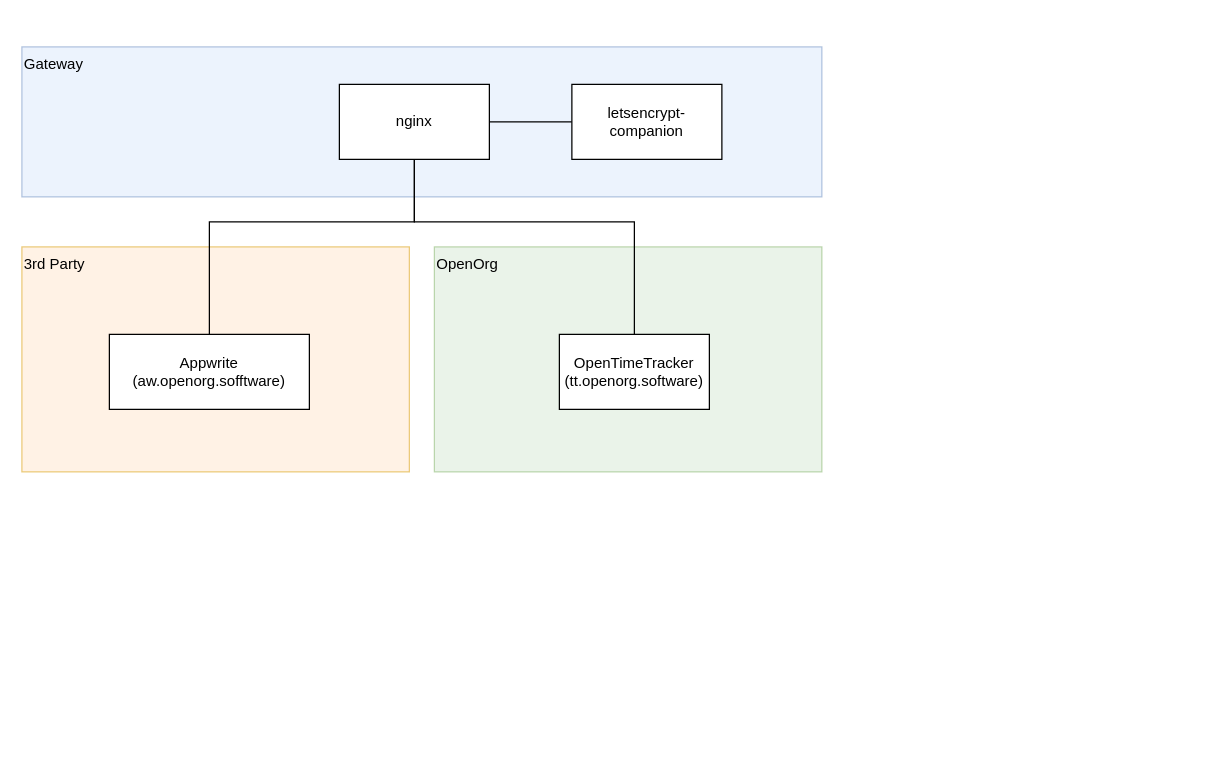
Earlier version of the draw.io diagram .drawings/overview.drawio (openorg-software/openorg-docker-compose). Source tidied: cells renumbered, new cells numbered last; positions are measured from the earlier drawing's top-left corner, leaving out a move shared by most shapes. Both pictures are drawn from the tidied source at 125%, with x=0, y=0 at pixel (21, 46).
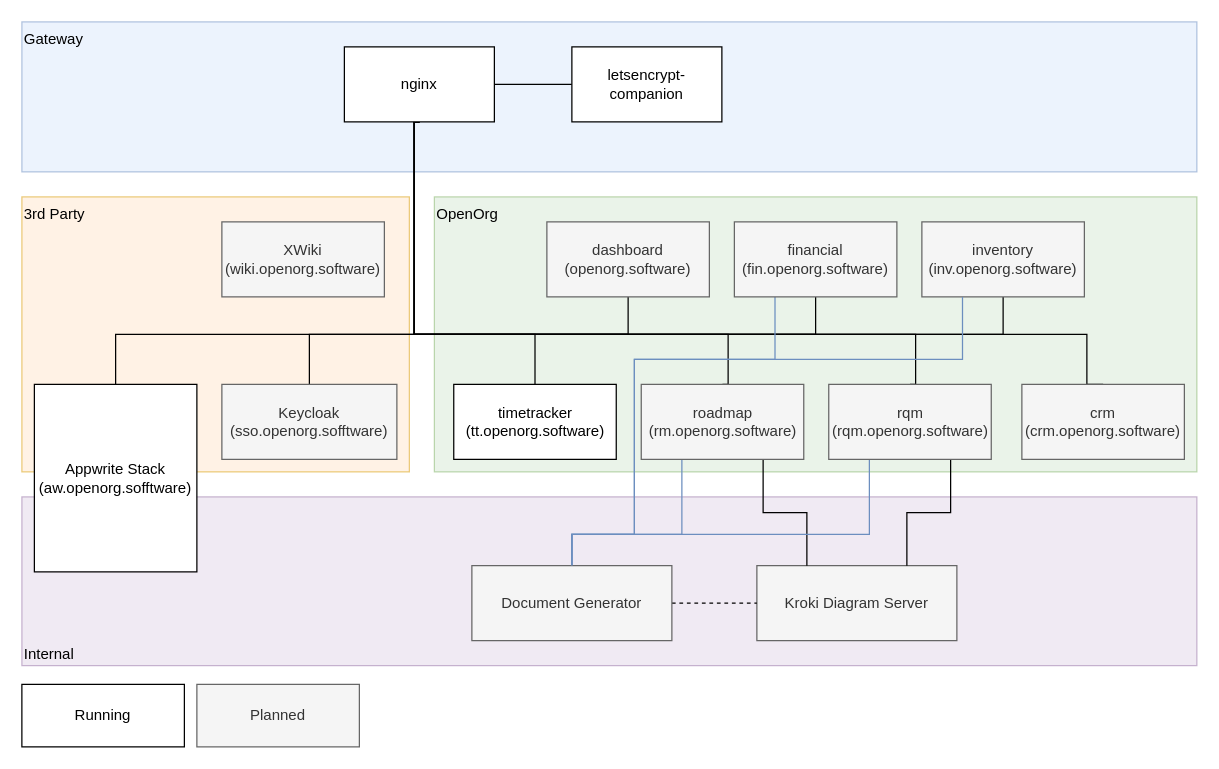
Above is the later version.

Commit message (it also covers changes not shown here):
add keycloak and kroki

What changed in the source:
```diff
@@
+    <mxCell id="12" value="Internal" style="rounded=0;whiteSpace=wrap;html=1;align=left;verticalAlign=bottom;opacity=50;fillColor=#e1d5e7;strokeColor=#9673a6;" parent="1" vertex="1">
+      <mxGeometry y="360" width="940" height="135" as="geometry" />
+    </mxCell>
     <mxCell id="2" value="Gateway" style="rounded=0;whiteSpace=wrap;html=1;align=left;verticalAlign=top;fillColor=#dae8fc;strokeColor=#6c8ebf;opacity=50;" parent="1" vertex="1">
-      <mxGeometry width="640" height="120" as="geometry" />
+      <mxGeometry y="-20" width="940" height="120" as="geometry" />
     </mxCell>
     <mxCell id="3" value="OpenOrg" style="rounded=0;whiteSpace=wrap;html=1;align=left;verticalAlign=top;opacity=50;fillColor=#d5e8d4;strokeColor=#82b366;" parent="1" vertex="1">
-      <mxGeometry x="330" y="160" width="310" height="180" as="geometry" />
+      <mxGeometry x="330" y="120" width="610" height="220" as="geometry" />
     </mxCell>
     <mxCell id="4" value="3rd Party" style="rounded=0;whiteSpace=wrap;html=1;align=left;verticalAlign=top;opacity=50;fillColor=#ffe6cc;strokeColor=#d79b00;" parent="1" vertex="1">
-      <mxGeometry y="160" width="310" height="180" as="geometry" />
+      <mxGeometry y="120" width="310" height="220" as="geometry" />
     </mxCell>
-    <mxCell id="5" value="Appwrite&lt;br&gt;(aw.openorg.sofftware)" style="rounded=0;whiteSpace=wrap;html=1;" parent="1" vertex="1">
-      <mxGeometry x="70" y="230" width="160" height="60" as="geometry" />
+    <mxCell id="5" value="Appwrite Stack&lt;br&gt;(aw.openorg.sofftware)" style="rounded=0;whiteSpace=wrap;html=1;" parent="1" vertex="1">
+      <mxGeometry x="10" y="270" width="130" height="150" as="geometry" />
     </mxCell>
-    <mxCell id="6" value="OpenTimeTracker&lt;br&gt;(tt.openorg.software)" style="rounded=0;whiteSpace=wrap;html=1;" parent="1" vertex="1">
-      <mxGeometry x="430" y="230" width="120" height="60" as="geometry" />
+    <mxCell id="6" value="timetracker&lt;br&gt;(tt.openorg.software)" style="rounded=0;whiteSpace=wrap;html=1;" parent="1" vertex="1">
+      <mxGeometry x="345.5" y="270" width="130" height="60" as="geometry" />
     </mxCell>
@@
     <mxCell id="8" style="edgeStyle=orthogonalEdgeStyle;rounded=0;jettySize=auto;html=1;exitX=0.5;exitY=1;exitDx=0;exitDy=0;entryX=0.5;entryY=0;entryDx=0;entryDy=0;endArrow=none;endFill=0;" parent="1" edge="1" source="10" target="6">
       <mxGeometry relative="1" as="geometry">
         <Array as="points">
-          <mxPoint x="314" y="140" />
-          <mxPoint x="490" y="140" />
+          <mxPoint x="314" y="230" />
+          <mxPoint x="410" y="230" />
         </Array>
       </mxGeometry>
     </mxCell>
-    <mxCell id="9" style="edgeStyle=orthogonalEdgeStyle;rounded=0;jettySize=auto;html=1;exitX=0.5;exitY=1;exitDx=0;exitDy=0;entryX=0.5;entryY=0;entryDx=0;entryDy=0;endArrow=none;endFill=0;" parent="1" edge="1" source="10" target="5">
+    <mxCell id="9" style="edgeStyle=orthogonalEdgeStyle;rounded=0;jettySize=auto;html=1;exitX=0.5;exitY=1;exitDx=0;exitDy=0;endArrow=none;endFill=0;entryX=0.5;entryY=0;entryDx=0;entryDy=0;" parent="1" edge="1" source="10" target="5">
       <mxGeometry relative="1" as="geometry">
         <Array as="points">
-          <mxPoint x="314" y="140" />
-          <mxPoint x="150" y="140" />
+          <mxPoint x="314" y="230" />
+          <mxPoint x="75" y="230" />
         </Array>
       </mxGeometry>
     </mxCell>
+    <mxCell id="13" style="edgeStyle=orthogonalEdgeStyle;rounded=0;jettySize=auto;html=1;exitX=0.5;exitY=1;exitDx=0;exitDy=0;entryX=0.5;entryY=0;entryDx=0;entryDy=0;endArrow=none;endFill=0;" parent="1" edge="1" source="10" target="24">
+      <mxGeometry relative="1" as="geometry">
+        <Array as="points">
+          <mxPoint x="314" y="230" />
+          <mxPoint x="565" y="230" />
+          <mxPoint x="565" y="270" />
+        </Array>
+      </mxGeometry>
+    </mxCell>
+    <mxCell id="14" style="edgeStyle=orthogonalEdgeStyle;rounded=0;jettySize=auto;html=1;exitX=0.5;exitY=1;exitDx=0;exitDy=0;entryX=0.5;entryY=0;entryDx=0;entryDy=0;endArrow=none;endFill=0;" parent="1" edge="1" source="10" target="20">
+      <mxGeometry relative="1" as="geometry">
+        <Array as="points">
+          <mxPoint x="314" y="230" />
+          <mxPoint x="230" y="230" />
+        </Array>
+      </mxGeometry>
+    </mxCell>
+    <mxCell id="15" style="edgeStyle=orthogonalEdgeStyle;rounded=0;jettySize=auto;html=1;exitX=0.5;exitY=1;exitDx=0;exitDy=0;entryX=0.5;entryY=1;entryDx=0;entryDy=0;endArrow=none;endFill=0;" parent="1" edge="1" source="10" target="28">
+      <mxGeometry relative="1" as="geometry">
+        <Array as="points">
+          <mxPoint x="314" y="230" />
+          <mxPoint x="485" y="230" />
+        </Array>
+      </mxGeometry>
+    </mxCell>
+    <mxCell id="16" style="edgeStyle=orthogonalEdgeStyle;rounded=0;jettySize=auto;html=1;exitX=0.5;exitY=1;exitDx=0;exitDy=0;entryX=0.5;entryY=0;entryDx=0;entryDy=0;endArrow=none;endFill=0;" parent="1" edge="1" source="10" target="27">
+      <mxGeometry relative="1" as="geometry">
+        <Array as="points">
+          <mxPoint x="314" y="230" />
+          <mxPoint x="715" y="230" />
+          <mxPoint x="715" y="270" />
+        </Array>
+      </mxGeometry>
+    </mxCell>
+    <mxCell id="17" style="edgeStyle=orthogonalEdgeStyle;rounded=0;jettySize=auto;html=1;exitX=0.5;exitY=1;exitDx=0;exitDy=0;entryX=0.5;entryY=0;entryDx=0;entryDy=0;endArrow=none;endFill=0;" parent="1" edge="1" source="10" target="29">
+      <mxGeometry relative="1" as="geometry">
+        <Array as="points">
+          <mxPoint x="314" y="230" />
+          <mxPoint x="852" y="230" />
+          <mxPoint x="852" y="270" />
+        </Array>
+      </mxGeometry>
+    </mxCell>
+    <mxCell id="18" style="edgeStyle=orthogonalEdgeStyle;rounded=0;jettySize=auto;html=1;exitX=0.5;exitY=1;exitDx=0;exitDy=0;entryX=0.5;entryY=1;entryDx=0;entryDy=0;endArrow=none;endFill=0;" parent="1" edge="1" source="10" target="33">
+      <mxGeometry relative="1" as="geometry">
+        <Array as="points">
+          <mxPoint x="314" y="230" />
+          <mxPoint x="635" y="230" />
+        </Array>
+      </mxGeometry>
+    </mxCell>
+    <mxCell id="19" style="edgeStyle=orthogonalEdgeStyle;rounded=0;jettySize=auto;html=1;exitX=0.5;exitY=1;exitDx=0;exitDy=0;entryX=0.5;entryY=1;entryDx=0;entryDy=0;endArrow=none;endFill=0;" parent="1" edge="1" source="10" target="34">
+      <mxGeometry relative="1" as="geometry">
+        <Array as="points">
+          <mxPoint x="314" y="60" />
+          <mxPoint x="314" y="230" />
+          <mxPoint x="785" y="230" />
+        </Array>
+      </mxGeometry>
+    </mxCell>
     <mxCell id="10" value="nginx" style="rounded=0;whiteSpace=wrap;html=1;" parent="1" vertex="1">
-      <mxGeometry x="254" y="30" width="120" height="60" as="geometry" />
+      <mxGeometry x="258" width="120" height="60" as="geometry" />
     </mxCell>
     <mxCell id="11" value="letsencrypt-companion" style="rounded=0;whiteSpace=wrap;html=1;" parent="1" vertex="1">
-      <mxGeometry x="440" y="30" width="120" height="60" as="geometry" />
+      <mxGeometry x="440" width="120" height="60" as="geometry" />
     </mxCell>
+    <mxCell id="20" value="Keycloak&lt;br&gt;(sso.openorg.sofftware)" style="rounded=0;whiteSpace=wrap;html=1;fillColor=#f5f5f5;strokeColor=#666666;fontColor=#333333;" parent="1" vertex="1">
+      <mxGeometry x="160" y="270" width="140" height="60" as="geometry" />
+    </mxCell>
+    <mxCell id="21" value="Kroki Diagram Server" style="rounded=0;whiteSpace=wrap;html=1;fillColor=#f5f5f5;strokeColor=#666666;fontColor=#333333;" parent="1" vertex="1">
+      <mxGeometry x="588" y="415" width="160" height="60" as="geometry" />
+    </mxCell>
+    <mxCell id="22" style="edgeStyle=orthogonalEdgeStyle;rounded=0;jettySize=auto;html=1;exitX=0.75;exitY=1;exitDx=0;exitDy=0;entryX=0.25;entryY=0;entryDx=0;entryDy=0;endArrow=none;endFill=0;" parent="1" edge="1" source="24" target="21">
+      <mxGeometry relative="1" as="geometry" />
+    </mxCell>
+    <mxCell id="23" style="edgeStyle=orthogonalEdgeStyle;rounded=0;jettySize=auto;html=1;exitX=0.25;exitY=1;exitDx=0;exitDy=0;entryX=0.5;entryY=0;entryDx=0;entryDy=0;endArrow=none;endFill=0;fillColor=#dae8fc;strokeColor=#6c8ebf;" parent="1" edge="1" source="24" target="36">
+      <mxGeometry relative="1" as="geometry">
+        <Array as="points">
+          <mxPoint x="528" y="390" />
+          <mxPoint x="440" y="390" />
+        </Array>
+      </mxGeometry>
+    </mxCell>
+    <mxCell id="24" value="roadmap&lt;br&gt;(rm.openorg.software)" style="rounded=0;whiteSpace=wrap;html=1;fillColor=#f5f5f5;strokeColor=#666666;fontColor=#333333;" parent="1" vertex="1">
+      <mxGeometry x="495.5" y="270" width="130" height="60" as="geometry" />
+    </mxCell>
+    <mxCell id="25" style="edgeStyle=orthogonalEdgeStyle;rounded=0;jettySize=auto;html=1;exitX=0.75;exitY=1;exitDx=0;exitDy=0;entryX=0.75;entryY=0;entryDx=0;entryDy=0;endArrow=none;endFill=0;" parent="1" edge="1" source="27" target="21">
+      <mxGeometry relative="1" as="geometry" />
+    </mxCell>
+    <mxCell id="26" style="edgeStyle=orthogonalEdgeStyle;rounded=0;jettySize=auto;html=1;exitX=0.25;exitY=1;exitDx=0;exitDy=0;entryX=0.5;entryY=0;entryDx=0;entryDy=0;endArrow=none;endFill=0;fillColor=#dae8fc;strokeColor=#6c8ebf;" parent="1" edge="1" source="27" target="36">
+      <mxGeometry relative="1" as="geometry">
+        <Array as="points">
+          <mxPoint x="678" y="390" />
+          <mxPoint x="440" y="390" />
+        </Array>
+      </mxGeometry>
+    </mxCell>
+    <mxCell id="27" value="rqm&lt;br&gt;(rqm.openorg.software)" style="rounded=0;whiteSpace=wrap;html=1;fillColor=#f5f5f5;strokeColor=#666666;fontColor=#333333;" parent="1" vertex="1">
+      <mxGeometry x="645.5" y="270" width="130" height="60" as="geometry" />
+    </mxCell>
+    <mxCell id="28" value="dashboard&lt;br&gt;(openorg.software)" style="rounded=0;whiteSpace=wrap;html=1;sketch=0;glass=0;fillColor=#f5f5f5;strokeColor=#666666;fontColor=#333333;" parent="1" vertex="1">
+      <mxGeometry x="420" y="140" width="130" height="60" as="geometry" />
+    </mxCell>
+    <mxCell id="29" value="crm&lt;br&gt;(crm.openorg.software)" style="rounded=0;whiteSpace=wrap;html=1;fillColor=#f5f5f5;strokeColor=#666666;fontColor=#333333;" parent="1" vertex="1">
+      <mxGeometry x="800" y="270" width="130" height="60" as="geometry" />
+    </mxCell>
+    <mxCell id="30" value="Running" style="rounded=0;whiteSpace=wrap;html=1;" parent="1" vertex="1">
+      <mxGeometry y="510" width="130" height="50" as="geometry" />
+    </mxCell>
+    <mxCell id="31" value="Planned" style="rounded=0;whiteSpace=wrap;html=1;fillColor=#f5f5f5;strokeColor=#666666;fontColor=#333333;" parent="1" vertex="1">
+      <mxGeometry x="140" y="510" width="130" height="50" as="geometry" />
+    </mxCell>
+    <mxCell id="32" style="edgeStyle=orthogonalEdgeStyle;rounded=0;jettySize=auto;html=1;exitX=0.25;exitY=1;exitDx=0;exitDy=0;endArrow=none;endFill=0;fillColor=#dae8fc;strokeColor=#6c8ebf;entryX=0.5;entryY=0;entryDx=0;entryDy=0;" parent="1" edge="1" source="33" target="36">
+      <mxGeometry relative="1" as="geometry">
+        <Array as="points">
+          <mxPoint x="602" y="250" />
+          <mxPoint x="490" y="250" />
+          <mxPoint x="490" y="390" />
+          <mxPoint x="440" y="390" />
+        </Array>
+      </mxGeometry>
+    </mxCell>
+    <mxCell id="33" value="financial&lt;br&gt;(fin.openorg.software)" style="rounded=0;whiteSpace=wrap;html=1;fillColor=#f5f5f5;strokeColor=#666666;fontColor=#333333;" parent="1" vertex="1">
+      <mxGeometry x="570" y="140" width="130" height="60" as="geometry" />
+    </mxCell>
+    <mxCell id="34" value="inventory&lt;br&gt;(inv.openorg.software)" style="rounded=0;whiteSpace=wrap;html=1;fillColor=#f5f5f5;strokeColor=#666666;fontColor=#333333;" parent="1" vertex="1">
+      <mxGeometry x="720" y="140" width="130" height="60" as="geometry" />
+    </mxCell>
+    <mxCell id="35" style="edgeStyle=orthogonalEdgeStyle;rounded=0;jettySize=auto;html=1;exitX=1;exitY=0.5;exitDx=0;exitDy=0;entryX=0;entryY=0.5;entryDx=0;entryDy=0;endArrow=none;endFill=0;dashed=1;" parent="1" edge="1" source="36" target="21">
+      <mxGeometry relative="1" as="geometry" />
+    </mxCell>
+    <mxCell id="36" value="Document Generator" style="rounded=0;whiteSpace=wrap;html=1;fillColor=#f5f5f5;strokeColor=#666666;fontColor=#333333;" parent="1" vertex="1">
+      <mxGeometry x="360" y="415" width="160" height="60" as="geometry" />
+    </mxCell>
+    <mxCell id="37" value="XWiki&lt;br&gt;(wiki.openorg.software)" style="rounded=0;whiteSpace=wrap;html=1;fillColor=#f5f5f5;strokeColor=#666666;fontColor=#333333;" parent="1" vertex="1">
+      <mxGeometry x="160" y="140" width="130" height="60" as="geometry" />
+    </mxCell>
+    <mxCell id="38" style="edgeStyle=orthogonalEdgeStyle;rounded=0;jettySize=auto;html=1;exitX=0.25;exitY=1;exitDx=0;exitDy=0;endArrow=none;endFill=0;fillColor=#dae8fc;strokeColor=#6c8ebf;entryX=0.5;entryY=0;entryDx=0;entryDy=0;" parent="1" edge="1" source="34" target="36">
+      <mxGeometry relative="1" as="geometry">
+        <Array as="points">
+          <mxPoint x="753" y="250" />
+          <mxPoint x="490" y="250" />
+          <mxPoint x="490" y="390" />
+          <mxPoint x="440" y="390" />
+        </Array>
+      </mxGeometry>
+    </mxCell>
```
